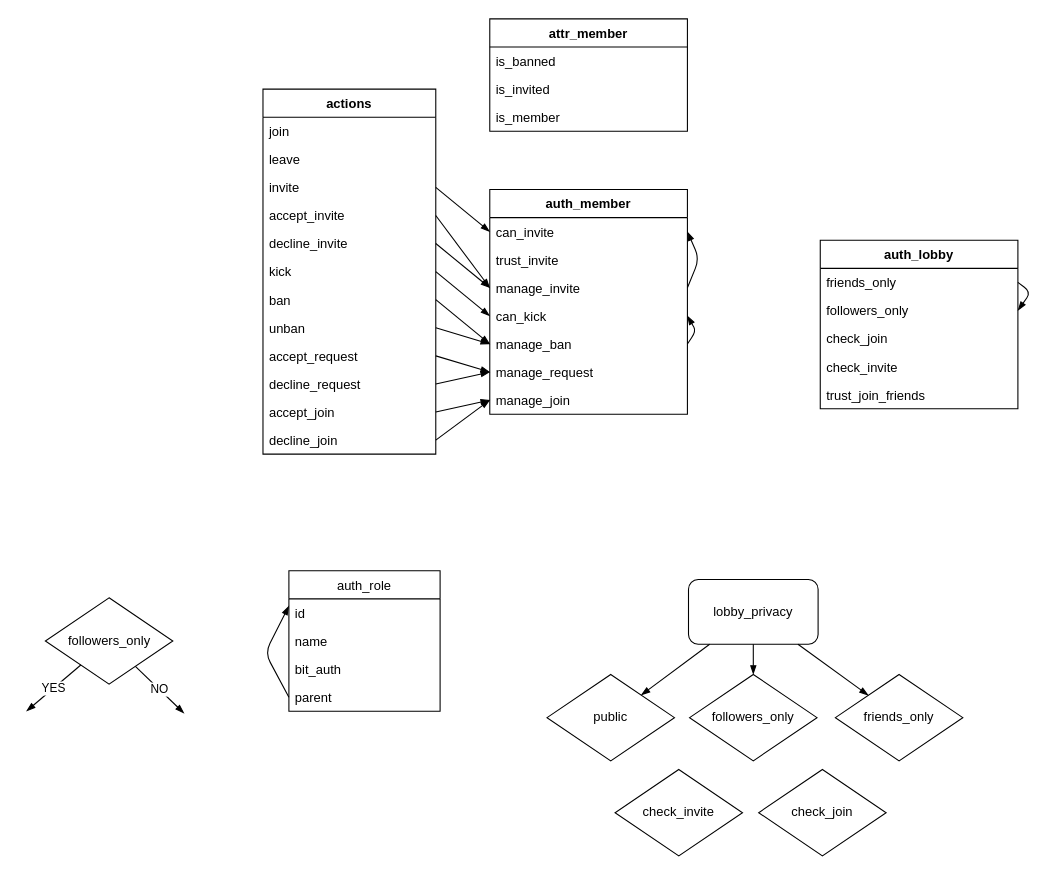
Above: _bin/diagrams/auth_lobby.drawio in papawou/o_7 (draw.io), before the change. Source tidied: cells renumbered, new cells numbered last; positions are measured from the earlier drawing's top-left corner, leaving out a move shared by most shapes. Both pictures are drawn from the tidied source at 108%, with x=0, y=0 at pixel (26, 18).
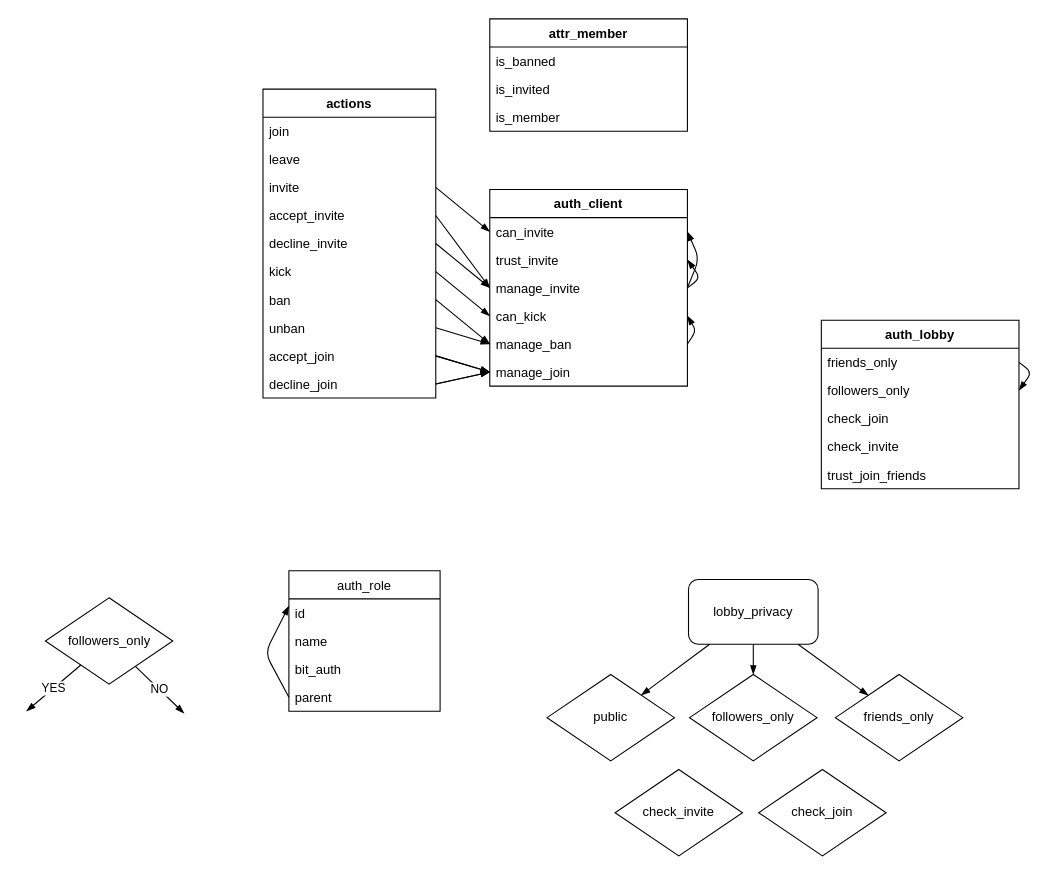
The same page after the edit.

The change refers to these unchanged cells:
```xml
<mxCell id="25" value="trust_invite" style="text;strokeColor=none;fillColor=none;align=left;verticalAlign=top;spacingLeft=4;spacingRight=4;overflow=hidden;points=[[0,0.5],[1,0.5]];portConstraint=eastwest;" parent="23" vertex="1">
  <mxGeometry y="52" width="183" height="26" as="geometry" />
</mxCell>
<mxCell id="26" value="manage_invite" style="text;strokeColor=none;fillColor=none;align=left;verticalAlign=top;spacingLeft=4;spacingRight=4;overflow=hidden;points=[[0,0.5],[1,0.5]];portConstraint=eastwest;" parent="23" vertex="1">
  <mxGeometry y="78" width="183" height="26" as="geometry" />
</mxCell>
```

What changed in the source:
```diff
@@
-    <mxCell id="6" style="rounded=0;jettySize=auto;html=1;exitX=1;exitY=0.5;exitDx=0;exitDy=0;entryX=0;entryY=0.5;entryDx=0;entryDy=0;endArrow=blockThin;endFill=1;" parent="1" edge="1" source="19" target="29">
-      <mxGeometry relative="1" as="geometry" />
+    <mxCell id="6" style="rounded=0;orthogonalLoop=1;jettySize=auto;html=1;exitX=1;exitY=0.5;exitDx=0;exitDy=0;entryX=0;entryY=0.5;entryDx=0;entryDy=0;endArrow=blockThin;endFill=1;" parent="1" edge="1">
+      <mxGeometry relative="1" as="geometry">
+        <mxPoint x="379" y="312" as="sourcePoint" />
+        <mxPoint x="429" y="327" as="targetPoint" />
+      </mxGeometry>
     </mxCell>
-    <mxCell id="7" style="rounded=0;jettySize=auto;html=1;exitX=1;exitY=0.5;exitDx=0;exitDy=0;entryX=0;entryY=0.5;entryDx=0;entryDy=0;endArrow=blockThin;endFill=1;" parent="1" edge="1" source="20" target="29">
-      <mxGeometry relative="1" as="geometry" />
+    <mxCell id="7" style="rounded=0;orthogonalLoop=1;jettySize=auto;html=1;exitX=1;exitY=0.5;exitDx=0;exitDy=0;entryX=0;entryY=0.5;entryDx=0;entryDy=0;endArrow=blockThin;endFill=1;" parent="1" edge="1">
+      <mxGeometry relative="1" as="geometry">
+        <mxPoint x="379" y="338" as="sourcePoint" />
+        <mxPoint x="429" y="327" as="targetPoint" />
+      </mxGeometry>
     </mxCell>
@@
     <mxCell id="10" value="actions" style="swimlane;fontStyle=1;align=center;verticalAlign=top;horizontal=1;startSize=26;" parent="1" vertex="1">
-      <mxGeometry x="219" y="65" width="160" height="338" as="geometry" />
+      <mxGeometry x="219" y="65" width="160" height="286" as="geometry" />
     </mxCell>
@@
-    <mxCell id="19" value="accept_request" style="text;strokeColor=none;fillColor=none;align=left;verticalAlign=top;spacingLeft=4;spacingRight=4;overflow=hidden;points=[[0,0.5],[1,0.5]];portConstraint=eastwest;" parent="10" vertex="1">
-      <mxGeometry y="234" width="160" height="26" as="geometry" />
-    </mxCell>
-    <mxCell id="20" value="decline_request" style="text;strokeColor=none;fillColor=none;align=left;verticalAlign=top;spacingLeft=4;spacingRight=4;overflow=hidden;points=[[0,0.5],[1,0.5]];portConstraint=eastwest;" parent="10" vertex="1">
-      <mxGeometry y="260" width="160" height="26" as="geometry" />
-    </mxCell>
     <mxCell id="21" value="accept_join" style="text;strokeColor=none;fillColor=none;align=left;verticalAlign=top;spacingLeft=4;spacingRight=4;overflow=hidden;points=[[0,0.5],[1,0.5]];portConstraint=eastwest;" parent="10" vertex="1">
-      <mxGeometry y="286" width="160" height="26" as="geometry" />
+      <mxGeometry y="234" width="160" height="26" as="geometry" />
     </mxCell>
     <mxCell id="22" value="decline_join" style="text;strokeColor=none;fillColor=none;align=left;verticalAlign=top;spacingLeft=4;spacingRight=4;overflow=hidden;points=[[0,0.5],[1,0.5]];portConstraint=eastwest;" parent="10" vertex="1">
-      <mxGeometry y="312" width="160" height="26" as="geometry" />
+      <mxGeometry y="260" width="160" height="26" as="geometry" />
     </mxCell>
-    <mxCell id="23" value="auth_member" style="swimlane;fontStyle=1;align=center;verticalAlign=top;horizontal=1;startSize=26;" parent="1" vertex="1">
-      <mxGeometry x="429" y="158" width="183" height="208" as="geometry" />
+    <mxCell id="23" value="auth_client" style="swimlane;fontStyle=1;align=center;verticalAlign=top;horizontal=1;startSize=26;" parent="1" vertex="1">
+      <mxGeometry x="429" y="158" width="183" height="182" as="geometry" />
     </mxCell>
@@
-    <mxCell id="29" value="manage_request" style="text;strokeColor=none;fillColor=none;align=left;verticalAlign=top;spacingLeft=4;spacingRight=4;overflow=hidden;points=[[0,0.5],[1,0.5]];portConstraint=eastwest;" parent="23" vertex="1">
-      <mxGeometry y="156" width="183" height="26" as="geometry" />
-    </mxCell>
     <mxCell id="30" value="manage_join" style="text;strokeColor=none;fillColor=none;align=left;verticalAlign=top;spacingLeft=4;spacingRight=4;overflow=hidden;points=[[0,0.5],[1,0.5]];portConstraint=eastwest;" parent="23" vertex="1">
-      <mxGeometry y="182" width="183" height="26" as="geometry" />
+      <mxGeometry y="156" width="183" height="26" as="geometry" />
     </mxCell>
@@
+    <mxCell id="66" style="rounded=1;jettySize=auto;html=1;entryX=1;entryY=0.5;entryDx=0;entryDy=0;endArrow=blockThin;endFill=1;exitX=1;exitY=0.5;exitDx=0;exitDy=0;" parent="23" edge="1" source="26" target="25">
+      <mxGeometry relative="1" as="geometry">
+        <Array as="points">
+          <mxPoint x="195" y="82" />
+        </Array>
+      </mxGeometry>
+    </mxCell>
@@
+    <mxCell id="62" value="attr_member" style="swimlane;fontStyle=1;align=center;verticalAlign=top;horizontal=1;startSize=26;" parent="1" vertex="1">
+      <mxGeometry x="429" width="183" height="104" as="geometry" />
+    </mxCell>
+    <mxCell id="63" value="is_banned" style="text;strokeColor=none;fillColor=none;align=left;verticalAlign=top;spacingLeft=4;spacingRight=4;overflow=hidden;" parent="62" vertex="1">
+      <mxGeometry y="26" width="183" height="26" as="geometry" />
+    </mxCell>
+    <mxCell id="64" value="is_invited" style="text;strokeColor=none;fillColor=none;align=left;verticalAlign=top;spacingLeft=4;spacingRight=4;overflow=hidden;" parent="62" vertex="1">
+      <mxGeometry y="52" width="183" height="26" as="geometry" />
+    </mxCell>
+    <mxCell id="65" value="is_member" style="text;strokeColor=none;fillColor=none;align=left;verticalAlign=top;spacingLeft=4;spacingRight=4;overflow=hidden;" parent="62" vertex="1">
+      <mxGeometry y="78" width="183" height="26" as="geometry" />
+    </mxCell>
     <mxCell id="54" value="auth_lobby" style="swimlane;fontStyle=1;align=center;verticalAlign=top;horizontal=1;startSize=26;" parent="1" vertex="1">
-      <mxGeometry x="735" y="205" width="183" height="156" as="geometry" />
+      <mxGeometry x="736" y="279" width="183" height="156" as="geometry" />
     </mxCell>
@@
-    <mxCell id="62" value="attr_member" style="swimlane;fontStyle=1;align=center;verticalAlign=top;horizontal=1;startSize=26;" parent="1" vertex="1">
-      <mxGeometry x="429" width="183" height="104" as="geometry" />
-    </mxCell>
-    <mxCell id="63" value="is_banned" style="text;strokeColor=none;fillColor=none;align=left;verticalAlign=top;spacingLeft=4;spacingRight=4;overflow=hidden;" parent="62" vertex="1">
-      <mxGeometry y="26" width="183" height="26" as="geometry" />
-    </mxCell>
-    <mxCell id="64" value="is_invited" style="text;strokeColor=none;fillColor=none;align=left;verticalAlign=top;spacingLeft=4;spacingRight=4;overflow=hidden;" parent="62" vertex="1">
-      <mxGeometry y="52" width="183" height="26" as="geometry" />
-    </mxCell>
-    <mxCell id="65" value="is_member" style="text;strokeColor=none;fillColor=none;align=left;verticalAlign=top;spacingLeft=4;spacingRight=4;overflow=hidden;" parent="62" vertex="1">
-      <mxGeometry y="78" width="183" height="26" as="geometry" />
-    </mxCell>
```
